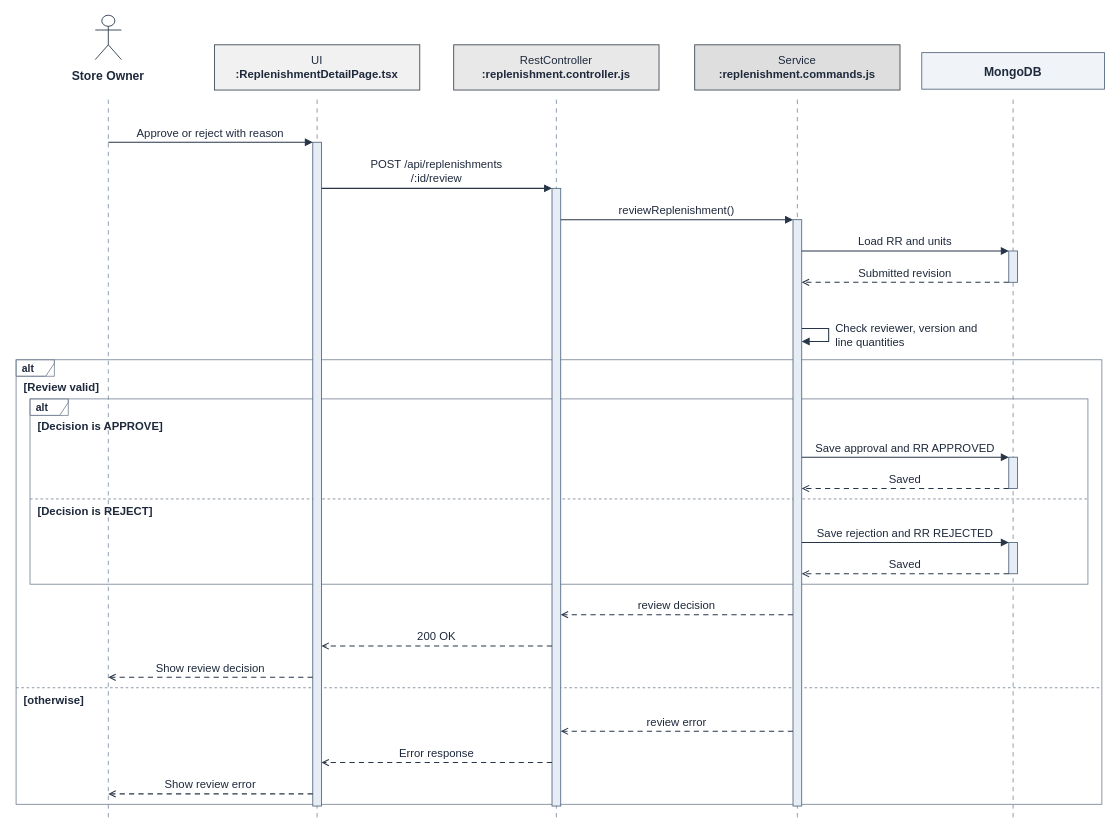
bupbalabup/wmsd_be keeps this draw.io diagram as page "1.1.2.3 Review Replenishment Request (UC-05)" (4 of 26) of git_doc/docs/04_so_do/WMSD_BF01_Diagrams.drawio. Above is the earlier version. Source tidied: cells renumbered, new cells numbered last; positions are measured from the earlier drawing's top-left corner, leaving out a move shared by most shapes. Both pictures are drawn from the tidied source at 87%, with x=0, y=0 at pixel (-5, -27).
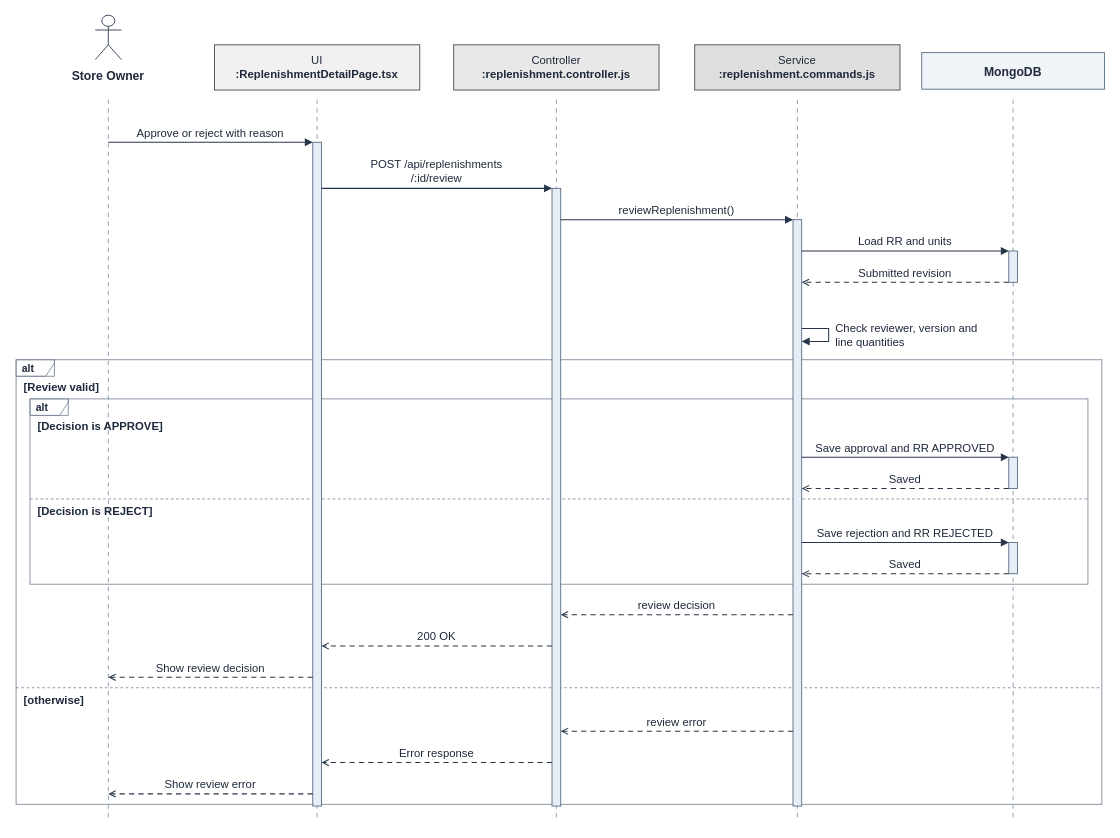
The same diagram, later.

Diff of the diagram source:
```diff
@@
-    <mxCell id="69" value="RestController&lt;br/&gt;&lt;b&gt;:replenishment.controller.js&lt;/b&gt;" style="text;html=1;strokeColor=none;fillColor=none;spacing=0;align=center;verticalAlign=middle;whiteSpace=wrap;fontFamily=Arial;fontSize=13;fontColor=#1E293B;" parent="44" vertex="1">
+    <mxCell id="69" value="Controller&lt;br/&gt;&lt;b&gt;:replenishment.controller.js&lt;/b&gt;" style="text;html=1;strokeColor=none;fillColor=none;spacing=0;align=center;verticalAlign=middle;whiteSpace=wrap;fontFamily=Arial;fontSize=13;fontColor=#1E293B;" parent="44" vertex="1">
       <mxGeometry x="529" y="83" width="232" height="50" as="geometry" />
     </mxCell>
```
